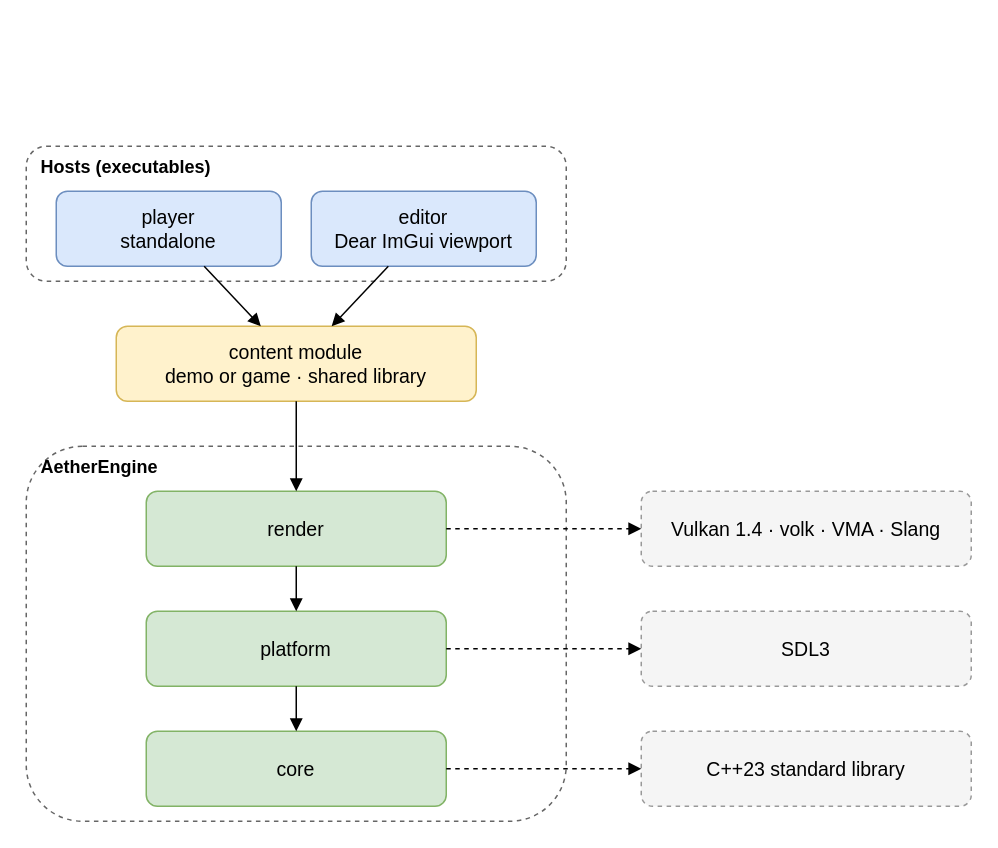
The draw.io diagram docs/architecture.drawio in AIperture-Labs/AetherEngine, before the edit. Source tidied: cells renumbered, new cells numbered last; positions are measured from the earlier drawing's top-left corner, leaving out a move shared by most shapes. Both pictures are drawn from the tidied source at 150%, with x=0, y=0 at pixel (26, 146).
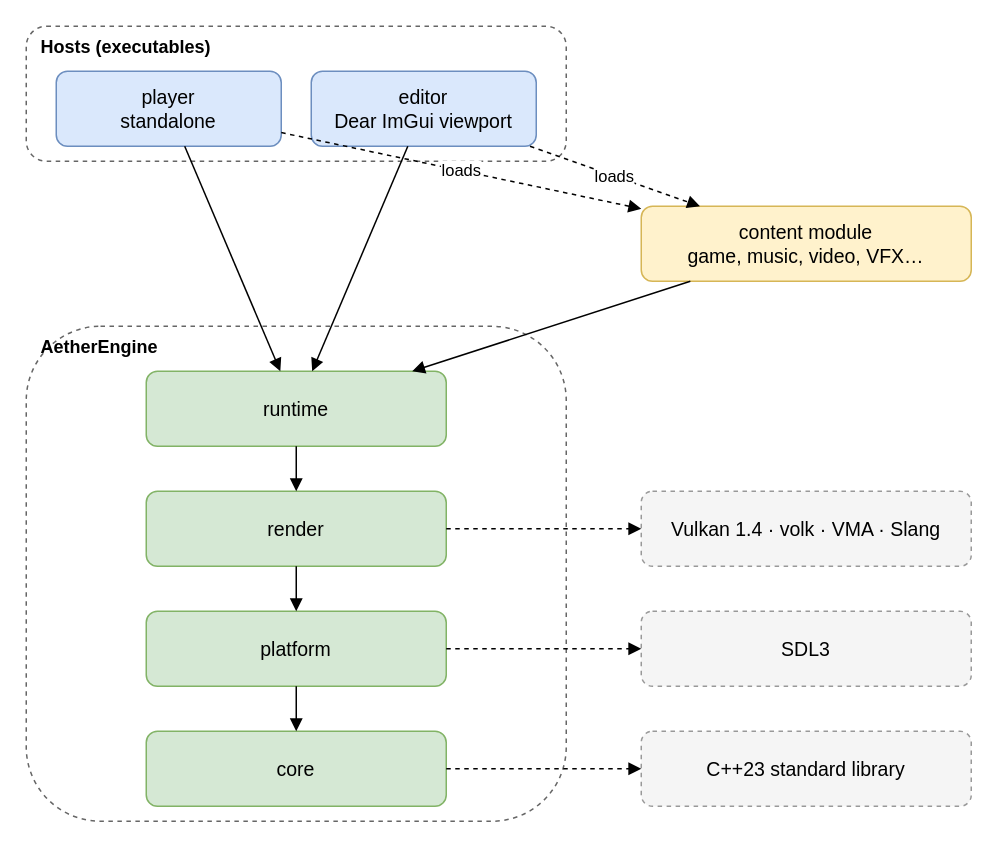
The same diagram, later.

Commit message (it also covers changes not shown here):
docs(architecture): module, content and linking model (#55)

Unchanged cells that the change refers to:
```xml
<mxCell id="7" value="render" style="rounded=1;whiteSpace=wrap;html=1;fillColor=#d5e8d4;strokeColor=#82b366;fontSize=13;" parent="1" vertex="1">
  <mxGeometry x="80" y="230" width="200" height="50" as="geometry" />
</mxCell>
```

What changed in the source:
```diff
@@
     <mxCell id="2" value="Hosts (executables)" style="rounded=1;whiteSpace=wrap;html=1;fillColor=none;strokeColor=#666666;dashed=1;verticalAlign=top;align=left;spacingLeft=8;fontStyle=1;" parent="1" vertex="1">
-      <mxGeometry width="360" height="90" as="geometry" />
+      <mxGeometry y="-80" width="360" height="90" as="geometry" />
     </mxCell>
     <mxCell id="3" value="player&lt;br&gt;standalone" style="rounded=1;whiteSpace=wrap;html=1;fillColor=#dae8fc;strokeColor=#6c8ebf;fontSize=13;" parent="1" vertex="1">
-      <mxGeometry x="20" y="30" width="150" height="50" as="geometry" />
+      <mxGeometry x="20" y="-50" width="150" height="50" as="geometry" />
     </mxCell>
     <mxCell id="4" value="editor&lt;br&gt;Dear ImGui viewport" style="rounded=1;whiteSpace=wrap;html=1;fillColor=#dae8fc;strokeColor=#6c8ebf;fontSize=13;" parent="1" vertex="1">
-      <mxGeometry x="190" y="30" width="150" height="50" as="geometry" />
+      <mxGeometry x="190" y="-50" width="150" height="50" as="geometry" />
     </mxCell>
-    <mxCell id="5" value="content module&lt;br&gt;demo or game · shared library" style="rounded=1;whiteSpace=wrap;html=1;fillColor=#fff2cc;strokeColor=#d6b656;fontSize=13;" parent="1" vertex="1">
-      <mxGeometry x="60" y="120" width="240" height="50" as="geometry" />
+    <mxCell id="5" value="content module&lt;br&gt;game, music, video, VFX…" style="rounded=1;whiteSpace=wrap;html=1;fillColor=#fff2cc;strokeColor=#d6b656;fontSize=13;" parent="1" vertex="1">
+      <mxGeometry x="410" y="40" width="220" height="50" as="geometry" />
     </mxCell>
     <mxCell id="6" value="AetherEngine" style="rounded=1;whiteSpace=wrap;html=1;fillColor=none;strokeColor=#666666;dashed=1;verticalAlign=top;align=left;spacingLeft=8;fontStyle=1;" parent="1" vertex="1">
-      <mxGeometry y="200" width="360" height="250" as="geometry" />
+      <mxGeometry y="120" width="360" height="330" as="geometry" />
     </mxCell>
+    <mxCell id="21" value="runtime" style="rounded=1;whiteSpace=wrap;html=1;fillColor=#d5e8d4;strokeColor=#82b366;fontSize=13;" parent="1" vertex="1">
+      <mxGeometry x="80" y="150" width="200" height="50" as="geometry" />
+    </mxCell>
@@
-    <mxCell id="13" style="endArrow=block;html=1;" parent="1" edge="1" source="3" target="5">
+    <mxCell id="13" value="loads" style="endArrow=block;html=1;dashed=1;" parent="1" edge="1" source="3" target="5">
       <mxGeometry relative="1" as="geometry" />
     </mxCell>
-    <mxCell id="14" style="endArrow=block;html=1;" parent="1" edge="1" source="4" target="5">
+    <mxCell id="14" value="loads" style="endArrow=block;html=1;dashed=1;" parent="1" edge="1" source="4" target="5">
       <mxGeometry relative="1" as="geometry" />
     </mxCell>
-    <mxCell id="15" style="endArrow=block;html=1;" parent="1" edge="1" source="5" target="7">
+    <mxCell id="15" style="endArrow=block;html=1;" parent="1" edge="1" source="5" target="21">
       <mxGeometry relative="1" as="geometry" />
     </mxCell>
+    <mxCell id="22" style="endArrow=block;html=1;" parent="1" edge="1" source="3" target="21">
+      <mxGeometry relative="1" as="geometry" />
+    </mxCell>
+    <mxCell id="23" style="endArrow=block;html=1;" parent="1" edge="1" source="4" target="21">
+      <mxGeometry relative="1" as="geometry" />
+    </mxCell>
+    <mxCell id="24" style="endArrow=block;html=1;" parent="1" edge="1" source="21" target="7">
+      <mxGeometry relative="1" as="geometry" />
+    </mxCell>
```
